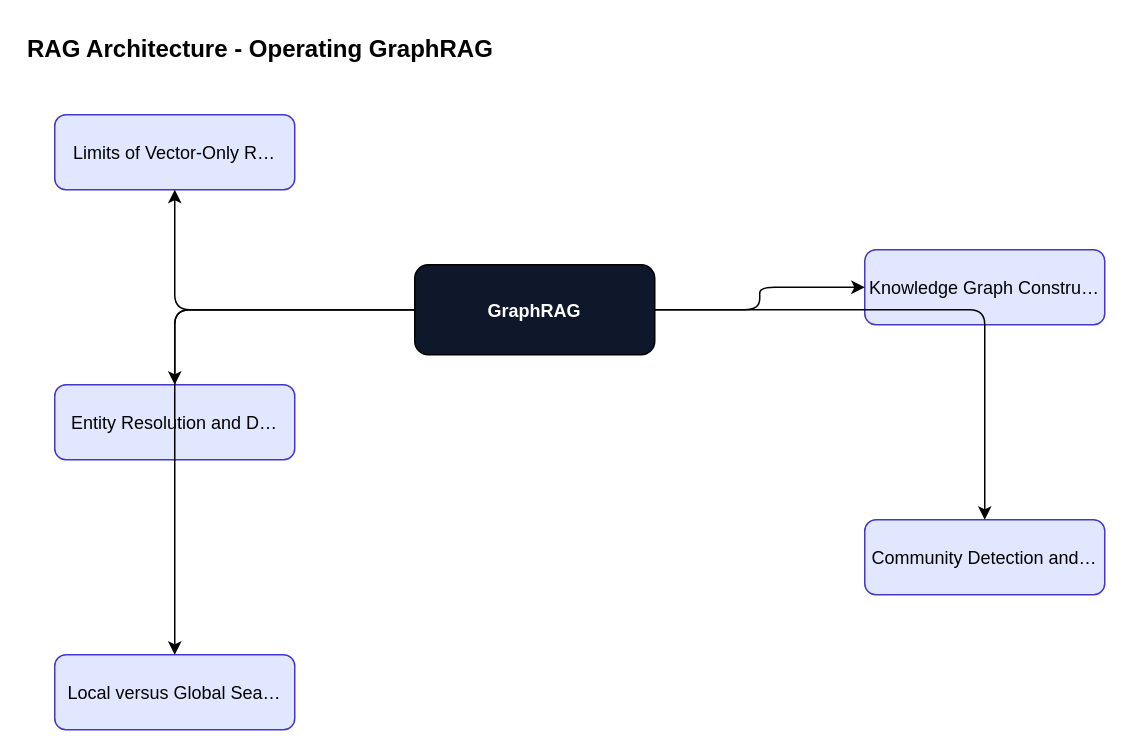
Before: content/graphrag/graphrag-foundations/diagrams/fig-017-rag-architecture.drawio in ankit05121980/AI-University, a draw.io diagram. Source tidied: cells renumbered, new cells numbered last; positions are measured from the earlier drawing's top-left corner, leaving out a move shared by most shapes. Both pictures are drawn from the tidied source at 150%, with x=0, y=0 at pixel (24, 24).
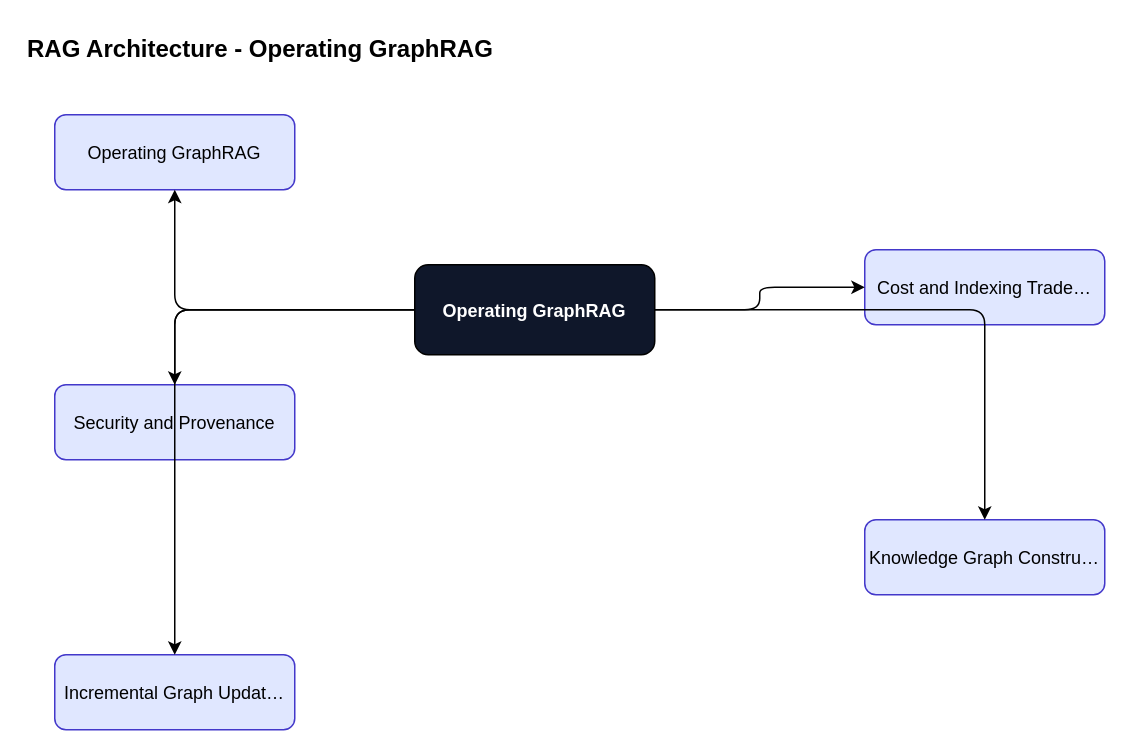
Above is the later version.

Diff of the diagram source:
```diff
@@
 <mxGraphModel>
   <root>
     <mxCell id="0" />
     <mxCell id="1" parent="0" />
     <mxCell id="2" value="RAG Architecture - Operating GraphRAG" style="text;fontSize=16;fontStyle=1;" parent="1" vertex="1">
       <mxGeometry width="600" height="30" as="geometry" />
     </mxCell>
-    <mxCell id="3" value="GraphRAG" style="rounded=1;fillColor=#0f172a;fontColor=#ffffff;fontStyle=1;" parent="1" vertex="1">
+    <mxCell id="3" value="Operating GraphRAG" style="rounded=1;fillColor=#0f172a;fontColor=#ffffff;fontStyle=1;" parent="1" vertex="1">
       <mxGeometry x="260" y="160" width="160" height="60" as="geometry" />
     </mxCell>
-    <mxCell id="4" value="Limits of Vector-Only R…" style="rounded=1;fillColor=#e0e7ff;strokeColor=#4338ca;" parent="1" vertex="1">
+    <mxCell id="4" value="Operating GraphRAG" style="rounded=1;fillColor=#e0e7ff;strokeColor=#4338ca;" parent="1" vertex="1">
       <mxGeometry x="20" y="60" width="160" height="50" as="geometry" />
     </mxCell>
     <mxCell id="5" style="edgeStyle=orthogonalEdgeStyle;" parent="1" edge="1" source="3" target="4">
       <mxGeometry relative="1" as="geometry" />
     </mxCell>
-    <mxCell id="6" value="Knowledge Graph Constru…" style="rounded=1;fillColor=#e0e7ff;strokeColor=#4338ca;" parent="1" vertex="1">
+    <mxCell id="6" value="Cost and Indexing Trade…" style="rounded=1;fillColor=#e0e7ff;strokeColor=#4338ca;" parent="1" vertex="1">
       <mxGeometry x="560" y="150" width="160" height="50" as="geometry" />
     </mxCell>
     <mxCell id="7" style="edgeStyle=orthogonalEdgeStyle;" parent="1" edge="1" source="3" target="6">
       <mxGeometry relative="1" as="geometry" />
     </mxCell>
-    <mxCell id="8" value="Entity Resolution and D…" style="rounded=1;fillColor=#e0e7ff;strokeColor=#4338ca;" parent="1" vertex="1">
+    <mxCell id="8" value="Security and Provenance" style="rounded=1;fillColor=#e0e7ff;strokeColor=#4338ca;" parent="1" vertex="1">
       <mxGeometry x="20" y="240" width="160" height="50" as="geometry" />
     </mxCell>
     <mxCell id="9" style="edgeStyle=orthogonalEdgeStyle;" parent="1" edge="1" source="3" target="8">
       <mxGeometry relative="1" as="geometry" />
     </mxCell>
-    <mxCell id="10" value="Community Detection and…" style="rounded=1;fillColor=#e0e7ff;strokeColor=#4338ca;" parent="1" vertex="1">
+    <mxCell id="10" value="Knowledge Graph Constru…" style="rounded=1;fillColor=#e0e7ff;strokeColor=#4338ca;" parent="1" vertex="1">
       <mxGeometry x="560" y="330" width="160" height="50" as="geometry" />
     </mxCell>
     <mxCell id="11" style="edgeStyle=orthogonalEdgeStyle;" parent="1" edge="1" source="3" target="10">
       <mxGeometry relative="1" as="geometry" />
     </mxCell>
-    <mxCell id="12" value="Local versus Global Sea…" style="rounded=1;fillColor=#e0e7ff;strokeColor=#4338ca;" parent="1" vertex="1">
+    <mxCell id="12" value="Incremental Graph Updat…" style="rounded=1;fillColor=#e0e7ff;strokeColor=#4338ca;" parent="1" vertex="1">
       <mxGeometry x="20" y="420" width="160" height="50" as="geometry" />
     </mxCell>
     <mxCell id="13" style="edgeStyle=orthogonalEdgeStyle;" parent="1" edge="1" source="3" target="12">
       <mxGeometry relative="1" as="geometry" />
     </mxCell>
   </root>
 </mxGraphModel>
```
